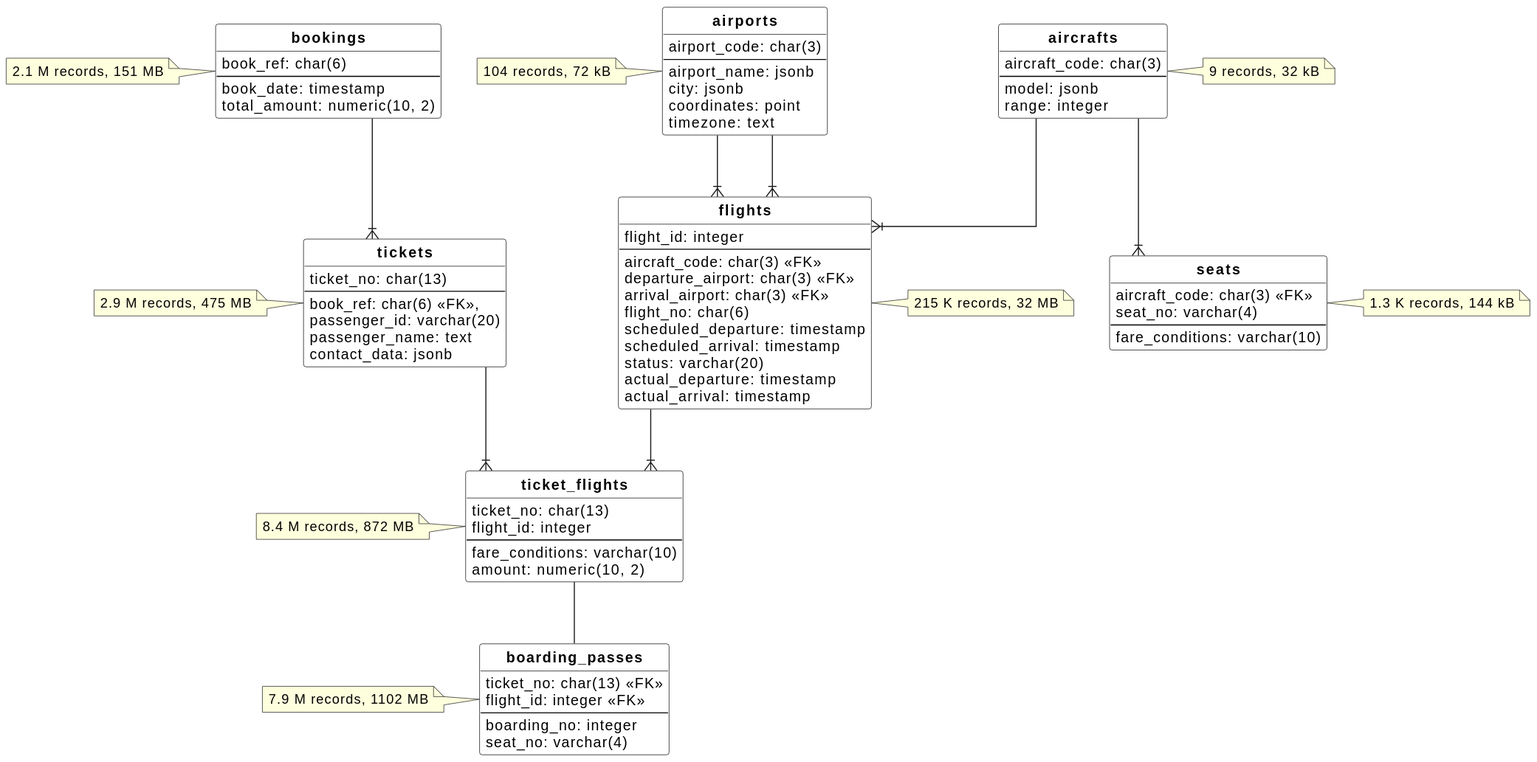
Before: databases/postgres/qpt-13/database-diagram.svg, a diagram exported from PlantUML (mialkin/docs).
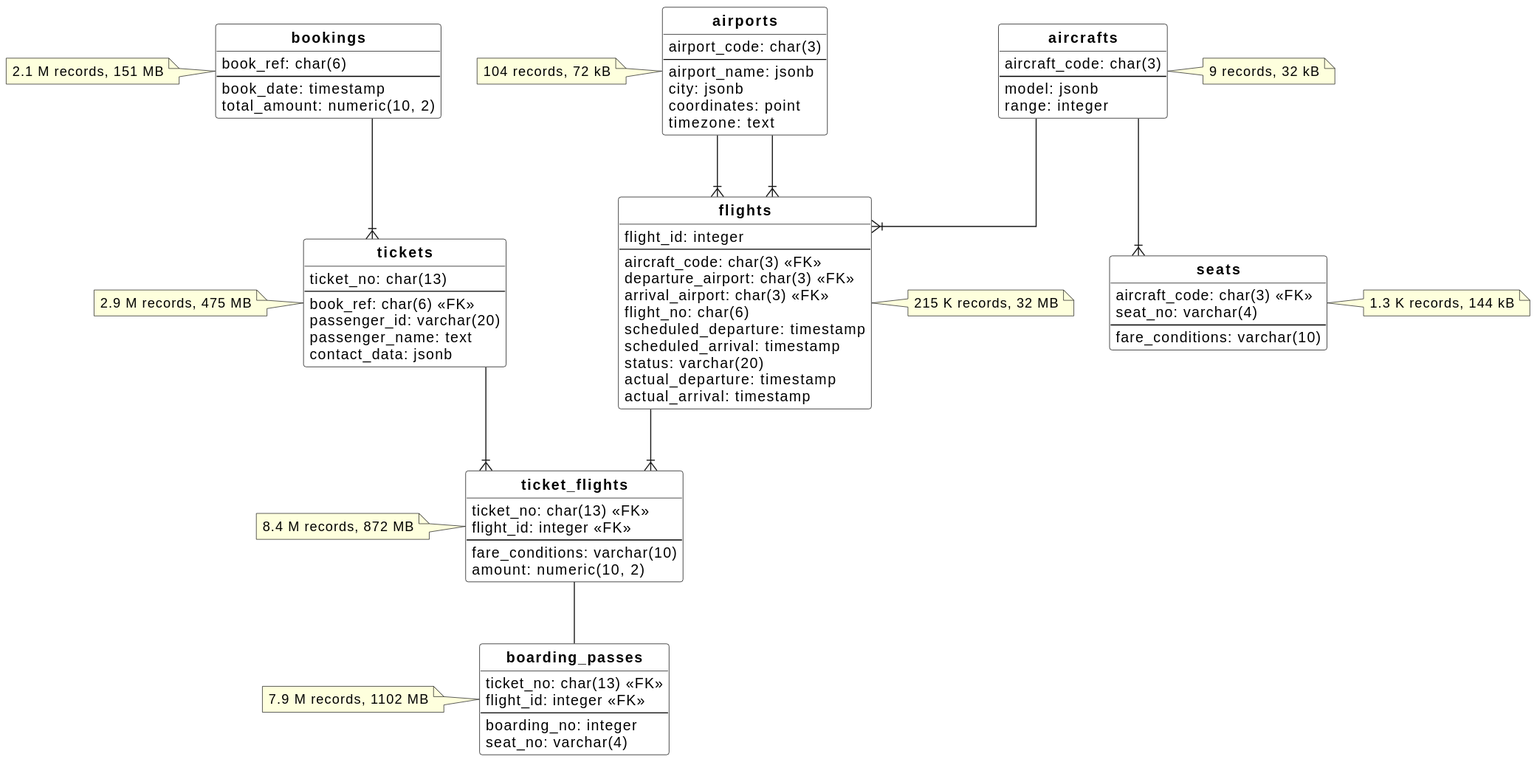
After the commit.

What changed in the source:
```diff
@@ -20,7 +20,7 @@
 entity tickets {
  ticket_no: char(13)
  --
- book_ref: char(6) <<FK>>,
+ book_ref: char(6) <<FK>>
  passenger_id: varchar(20)
  passenger_name: text
  contact_data: jsonb
@@ -28,8 +28,8 @@
 note left: 2.9 M records, 475 MB
 
 entity ticket_flights {
- ticket_no: char(13)
- flight_id: integer
+ ticket_no: char(13) <<FK>>
+ flight_id: integer <<FK>>
  --
  fare_conditions: varchar(10)
  amount: numeric(10, 2)
```
